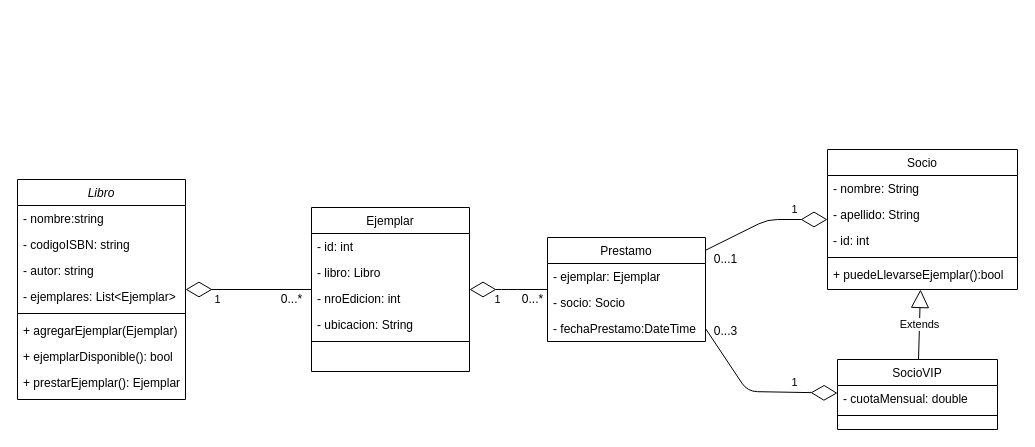
Above: Biblioteca - Quark academy 2da chance.drawio in eskeltron/QuarkChallenge2daChance (draw.io), before the change. Source tidied: cells renumbered, new cells numbered last; positions are measured from the earlier drawing's top-left corner, leaving out a move shared by most shapes. Both pictures are drawn from the tidied source at 100%, with x=0, y=0 at pixel (17, 149).
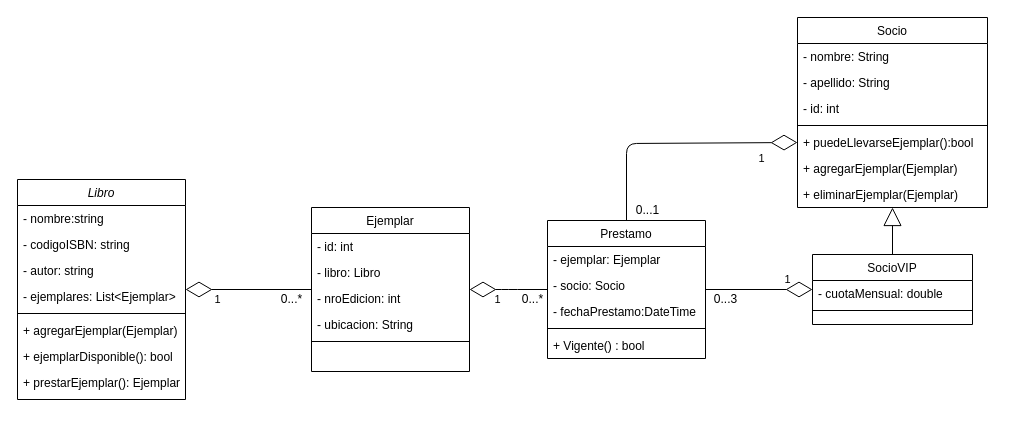
The same diagram, later.

Commit message (it also covers changes not shown here):
Pequeños cambios. Actualización de diagrama.

Unchanged cells that the change refers to:
```xml
<mxCell id="25" value="+ puedeLlevarseEjemplar():bool" style="text;align=left;verticalAlign=top;spacingLeft=4;spacingRight=4;overflow=hidden;points=[[0,0.5],[1,0.5]];portConstraint=eastwest;rounded=0;shadow=0;html=0;" parent="20" vertex="1">
  <mxGeometry y="112" width="190" height="26" as="geometry" />
</mxCell>
<mxCell id="31" value="- fechaPrestamo:DateTime" style="text;align=left;verticalAlign=top;spacingLeft=4;spacingRight=4;overflow=hidden;points=[[0,0.5],[1,0.5]];portConstraint=eastwest;rounded=0;shadow=0;html=0;" parent="28" vertex="1">
  <mxGeometry y="78" width="158" height="26" as="geometry" />
</mxCell>
```

What changed in the source:
```diff
@@
     <mxCell id="17" value="SocioVIP" style="swimlane;fontStyle=0;align=center;verticalAlign=top;horizontal=1;startSize=26;rounded=0;shadow=0;strokeWidth=1;" parent="1" vertex="1">
-      <mxGeometry x="820" y="210" width="160" height="70" as="geometry" />
+      <mxGeometry x="795" y="105" width="160" height="70" as="geometry" />
     </mxCell>
@@
     <mxCell id="20" value="Socio" style="swimlane;fontStyle=0;align=center;verticalAlign=top;horizontal=1;startSize=26;rounded=0;shadow=0;strokeWidth=1;" parent="1" vertex="1">
-      <mxGeometry x="810" width="190" height="140" as="geometry" />
+      <mxGeometry x="780" y="-132" width="190" height="190" as="geometry" />
     </mxCell>
@@
+    <mxCell id="39" value="+ agregarEjemplar(Ejemplar)" style="text;align=left;verticalAlign=top;spacingLeft=4;spacingRight=4;overflow=hidden;rounded=0;shadow=0;html=0;" parent="20" vertex="1">
+      <mxGeometry y="138" width="190" height="26" as="geometry" />
+    </mxCell>
+    <mxCell id="40" value="+ eliminarEjemplar(Ejemplar)" style="text;align=left;verticalAlign=top;spacingLeft=4;spacingRight=4;overflow=hidden;rounded=0;shadow=0;html=0;" parent="20" vertex="1">
+      <mxGeometry y="164" width="190" height="26" as="geometry" />
+    </mxCell>
-    <mxCell id="26" value="Extends" style="endArrow=block;endSize=16;endFill=0;html=1;" parent="1" edge="1" source="17" target="20">
+    <mxCell id="26" style="endArrow=block;endSize=16;endFill=0;html=1;" parent="1" edge="1" source="17" target="20">
       <mxGeometry relative="1" as="geometry" />
     </mxCell>
@@
     <mxCell id="28" value="Prestamo" style="swimlane;fontStyle=0;align=center;verticalAlign=top;horizontal=1;startSize=26;rounded=0;shadow=0;strokeWidth=1;" parent="1" vertex="1">
-      <mxGeometry x="530" y="88" width="158" height="104" as="geometry" />
+      <mxGeometry x="530" y="71" width="158" height="138" as="geometry" />
     </mxCell>
@@
+    <mxCell id="41" style="line;html=1;strokeWidth=1;align=left;verticalAlign=middle;spacingTop=-1;spacingLeft=3;spacingRight=3;labelPosition=right;" parent="28" vertex="1">
+      <mxGeometry y="104" width="158" height="8" as="geometry" />
+    </mxCell>
+    <mxCell id="42" value="+ Vigente() : bool" style="text;align=left;verticalAlign=top;spacingLeft=4;spacingRight=4;overflow=hidden;rounded=0;shadow=0;html=0;" parent="28" vertex="1">
+      <mxGeometry y="112" width="158" height="26" as="geometry" />
+    </mxCell>
@@
     <mxCell id="33" value="0...1" style="text;html=1;align=center;verticalAlign=middle;" parent="1" vertex="1">
-      <mxGeometry x="688" y="100" width="40" height="20" as="geometry" />
+      <mxGeometry x="610" y="51" width="40" height="20" as="geometry" />
     </mxCell>
     <mxCell id="34" value="0...3" style="text;html=1;align=center;verticalAlign=middle;" parent="1" vertex="1">
-      <mxGeometry x="688" y="172" width="40" height="20" as="geometry" />
+      <mxGeometry x="688" y="140" width="40" height="20" as="geometry" />
     </mxCell>
@@
-    <mxCell id="37" value="1" style="endArrow=diamondThin;endFill=0;endSize=24;html=1;" parent="1" edge="1" source="28" target="20">
-      <mxGeometry x="0.49" y="10" relative="1" as="geometry">
+    <mxCell id="37" value="1" style="endArrow=diamondThin;endFill=0;endSize=24;html=1;entryX=0;entryY=0.5;entryDx=0;entryDy=0;" parent="1" edge="1" source="28" target="25">
+      <mxGeometry x="0.71" y="-16" relative="1" as="geometry">
         <Array as="points">
-          <mxPoint x="750" y="70" />
+          <mxPoint x="609" y="-6" />
         </Array>
       </mxGeometry>
     </mxCell>
-    <mxCell id="38" value="1" style="endArrow=diamondThin;endFill=0;endSize=24;html=1;exitX=1;exitY=0.5;exitDx=0;exitDy=0;" parent="1" edge="1" source="31" target="17">
-      <mxGeometry x="0.49" y="10" relative="1" as="geometry">
-        <Array as="points">
-          <mxPoint x="730" y="242" />
-        </Array>
-      </mxGeometry>
+    <mxCell id="38" value="1" style="endArrow=diamondThin;endFill=0;endSize=24;html=1;" parent="1" edge="1" source="28" target="17">
+      <mxGeometry x="0.53" y="10" relative="1" as="geometry" />
     </mxCell>
```
